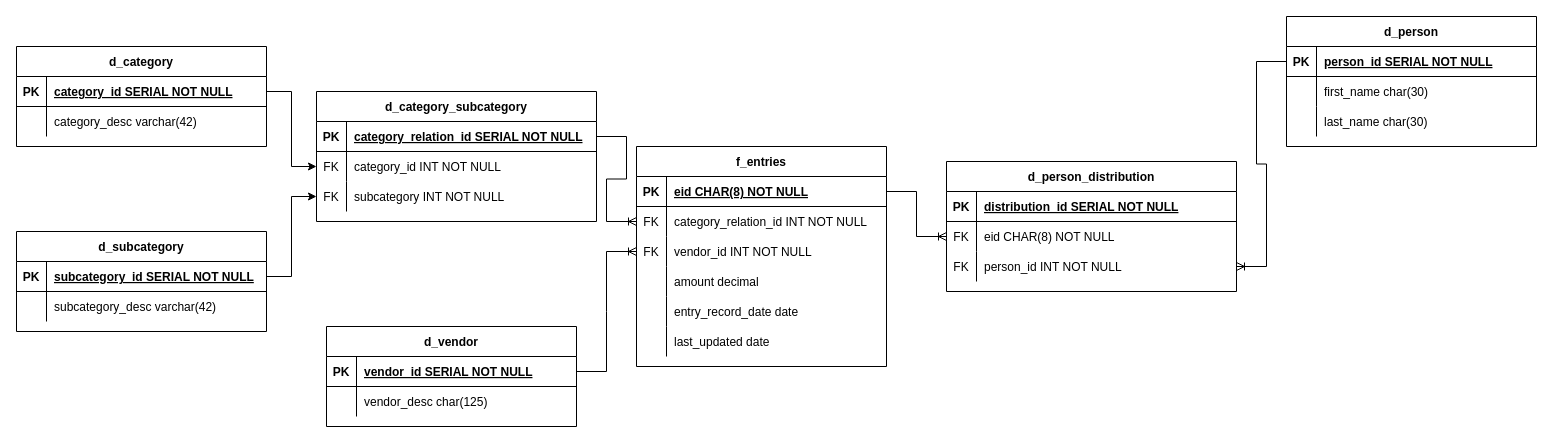
Earlier version of the draw.io diagram diagram/finance_star_schema.drawio (fatteryacid/penny). Source tidied: cells renumbered, new cells numbered last; positions are measured from the earlier drawing's top-left corner, leaving out a move shared by most shapes. Both pictures are drawn from the tidied source at 100%, with x=0, y=0 at pixel (16, 16).
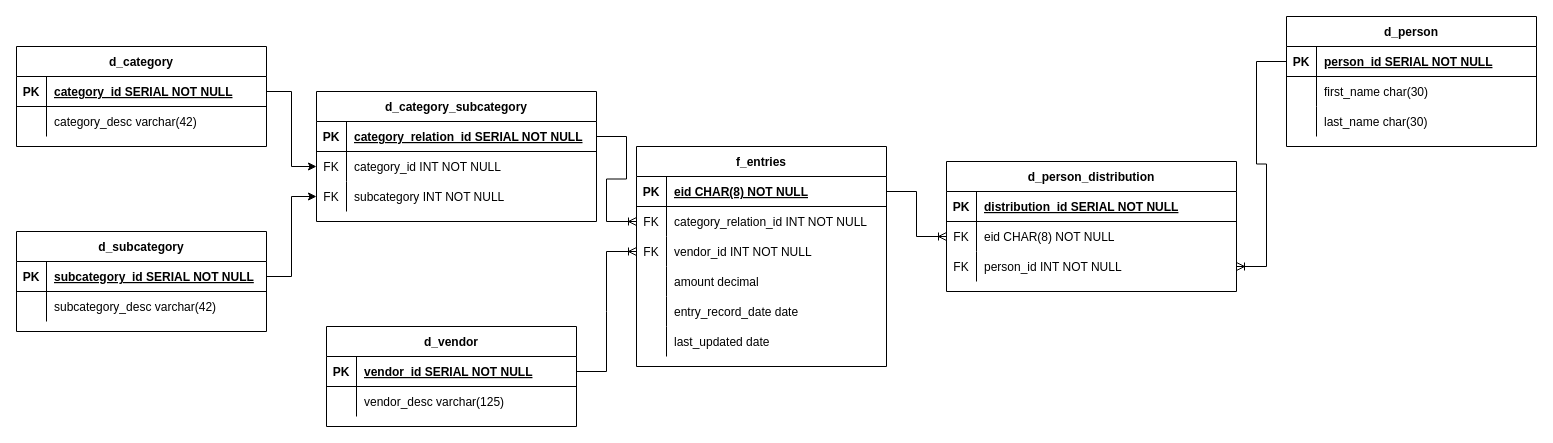
The same diagram, later.

Commit message:
Update to reflect data type changes

Unchanged cells that the change refers to:
```xml
<mxCell id="49" style="shape=partialRectangle;fillColor=none;top=0;left=0;right=0;bottom=0;" parent="45" vertex="1">
  <mxGeometry y="60" width="250" height="30" as="geometry" />
</mxCell>
```

Diff of the diagram source:
```diff
@@
-    <mxCell id="51" value="vendor_desc char(125)" style="shape=partialRectangle;overflow=hidden;fillColor=none;top=0;left=0;bottom=0;right=0;align=left;spacingLeft=6;" parent="49" vertex="1">
+    <mxCell id="51" value="vendor_desc varchar(125)" style="shape=partialRectangle;overflow=hidden;fillColor=none;top=0;left=0;bottom=0;right=0;align=left;spacingLeft=6;" parent="49" vertex="1">
       <mxGeometry x="30" width="220" height="30" as="geometry" />
     </mxCell>
```
